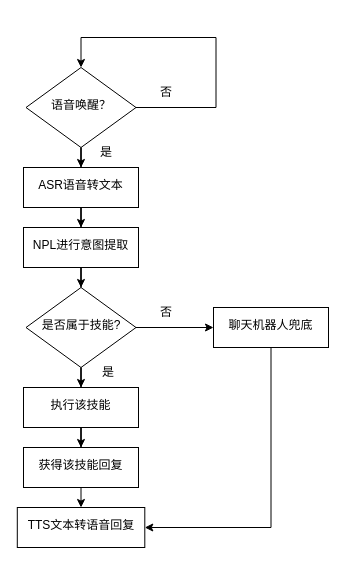
Before: 我的毕设流程图.drawio in specychicken/drawIO2, a draw.io diagram. Source tidied: cells renumbered, new cells numbered last; positions are measured from the earlier drawing's top-left corner, leaving out a move shared by most shapes. Both pictures are drawn from the tidied source at 100%, with x=0, y=0 at pixel (17, 37).
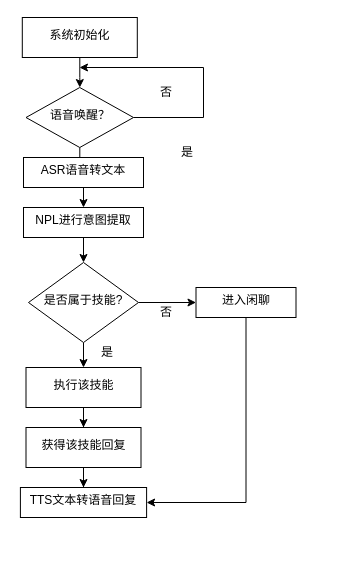
Above is the later version.

Commit message:
更新我的毕设流程图.drawio

The edit, as a diff of the source:
```diff
@@
-    <mxCell id="2" style="edgeStyle=orthogonalEdgeStyle;rounded=0;jettySize=auto;html=1;" parent="1" edge="1" source="3" target="7">
-      <mxGeometry relative="1" as="geometry" />
-    </mxCell>
+    <mxCell id="23" style="edgeStyle=orthogonalEdgeStyle;rounded=0;jettySize=auto;html=1;exitX=1;exitY=0.5;exitDx=0;exitDy=0;" parent="1" edge="1" source="3">
+      <mxGeometry relative="1" as="geometry">
+        <mxPoint x="62" y="30" as="targetPoint" />
+        <Array as="points">
+          <mxPoint x="186" y="80" />
+          <mxPoint x="186" y="30" />
+          <mxPoint x="62" y="30" />
+        </Array>
+      </mxGeometry>
+    </mxCell>
+    <mxCell id="24" style="edgeStyle=orthogonalEdgeStyle;rounded=0;jettySize=auto;html=1;" parent="1" edge="1" source="3" target="10">
+      <mxGeometry relative="1" as="geometry" />
+    </mxCell>
     <mxCell id="3" value="语音唤醒？" style="rhombus;whiteSpace=wrap;html=1;shadow=0;fontFamily=Helvetica;fontSize=12;align=center;strokeWidth=1;spacing=6;spacingTop=-4;" parent="1" vertex="1">
-      <mxGeometry x="8.5" y="30" width="110" height="80" as="geometry" />
+      <mxGeometry x="8.5" y="50" width="107.5" height="60" as="geometry" />
     </mxCell>
-    <mxCell id="4" style="edgeStyle=orthogonalEdgeStyle;rounded=0;orthogonalLoop=1;jettySize=auto;html=1;exitX=1;exitY=0.5;exitDx=0;exitDy=0;entryX=0.5;entryY=0;entryDx=0;entryDy=0;" parent="1" edge="1" source="3" target="3">
-      <mxGeometry relative="1" as="geometry">
-        <Array as="points">
-          <mxPoint x="198.5" y="70" />
-          <mxPoint x="198.5" />
-          <mxPoint x="63.5" />
-        </Array>
-      </mxGeometry>
-    </mxCell>
@@
-    <mxCell id="6" style="edgeStyle=orthogonalEdgeStyle;rounded=0;jettySize=auto;html=1;" parent="1" edge="1" source="7" target="10">
-      <mxGeometry relative="1" as="geometry" />
-    </mxCell>
     <mxCell id="7" value="ASR语音转文本" style="whiteSpace=wrap;html=1;shadow=0;strokeWidth=1;spacing=6;spacingTop=-4;" parent="1" vertex="1">
-      <mxGeometry x="6" y="130" width="115" height="40" as="geometry" />
+      <mxGeometry x="6" y="120" width="120" height="30" as="geometry" />
     </mxCell>
     <mxCell id="8" value="是" style="text;html=1;strokeColor=none;fillColor=none;align=center;verticalAlign=middle;whiteSpace=wrap;rounded=0;" parent="1" vertex="1">
-      <mxGeometry x="58.5" y="100" width="60" height="30" as="geometry" />
+      <mxGeometry x="140" y="100" width="60" height="30" as="geometry" />
     </mxCell>
@@
     <mxCell id="10" value="NPL进行意图提取" style="whiteSpace=wrap;html=1;shadow=0;strokeWidth=1;spacing=6;spacingTop=-4;" parent="1" vertex="1">
-      <mxGeometry x="6" y="190" width="115" height="40" as="geometry" />
+      <mxGeometry x="6" y="170" width="120" height="30" as="geometry" />
     </mxCell>
@@
     <mxCell id="13" value="是否属于技能?" style="rhombus;whiteSpace=wrap;html=1;shadow=0;fontFamily=Helvetica;fontSize=12;align=center;strokeWidth=1;spacing=6;spacingTop=-4;" parent="1" vertex="1">
-      <mxGeometry x="8.5" y="250" width="110" height="80" as="geometry" />
+      <mxGeometry x="11" y="225" width="110" height="80" as="geometry" />
     </mxCell>
@@
     <mxCell id="15" value="执行该技能" style="whiteSpace=wrap;html=1;shadow=0;strokeWidth=1;spacing=6;spacingTop=-4;" parent="1" vertex="1">
-      <mxGeometry x="6" y="350" width="115" height="40" as="geometry" />
+      <mxGeometry x="8.5" y="330" width="115" height="40" as="geometry" />
     </mxCell>
@@
-    <mxCell id="17" value="聊天机器人兜底" style="whiteSpace=wrap;html=1;shadow=0;strokeWidth=1;spacing=6;spacingTop=-4;" parent="1" vertex="1">
-      <mxGeometry x="196" y="270" width="115" height="40" as="geometry" />
+    <mxCell id="17" value="进入闲聊" style="whiteSpace=wrap;html=1;shadow=0;strokeWidth=1;spacing=6;spacingTop=-4;" parent="1" vertex="1">
+      <mxGeometry x="178.5" y="250" width="100" height="30" as="geometry" />
     </mxCell>
     <mxCell id="18" value="是" style="text;html=1;strokeColor=none;fillColor=none;align=center;verticalAlign=middle;whiteSpace=wrap;rounded=0;" parent="1" vertex="1">
-      <mxGeometry x="61" y="320" width="60" height="30" as="geometry" />
+      <mxGeometry x="59.8" y="300" width="60" height="30" as="geometry" />
     </mxCell>
@@
     <mxCell id="21" value="获得该技能回复" style="whiteSpace=wrap;html=1;shadow=0;strokeWidth=1;spacing=6;spacingTop=-4;" parent="1" vertex="1">
-      <mxGeometry x="6" y="410" width="115" height="40" as="geometry" />
+      <mxGeometry x="8.5" y="390" width="115" height="40" as="geometry" />
     </mxCell>
     <mxCell id="22" value="TTS文本转语音回复" style="whiteSpace=wrap;html=1;shadow=0;strokeWidth=1;spacing=6;spacingTop=-4;" parent="1" vertex="1">
-      <mxGeometry x="-0.2" y="470" width="127.5" height="40" as="geometry" />
+      <mxGeometry x="2.9" y="450" width="126.2" height="30" as="geometry" />
     </mxCell>
+    <mxCell id="25" style="edgeStyle=orthogonalEdgeStyle;rounded=0;jettySize=auto;html=1;" parent="1" edge="1" source="26" target="3">
+      <mxGeometry relative="1" as="geometry" />
+    </mxCell>
+    <mxCell id="26" value="系统初始化" style="whiteSpace=wrap;html=1;shadow=0;strokeWidth=1;spacing=6;spacingTop=-4;" parent="1" vertex="1">
+      <mxGeometry x="4.8" y="-20" width="115" height="40" as="geometry" />
+    </mxCell>
```
